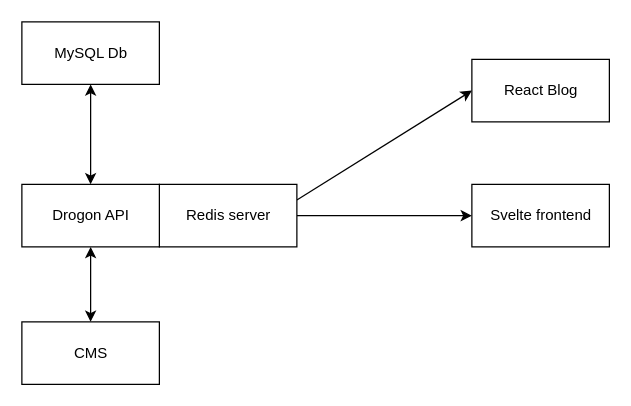
This is architecture.drawio from verstraetetycho/portfolio, a draw.io file, before an edit. Source tidied: cells renumbered, new cells numbered last; positions are measured from the earlier drawing's top-left corner, leaving out a move shared by most shapes. Both pictures are drawn from the tidied source at 125%, with x=0, y=0 at pixel (21, 21).
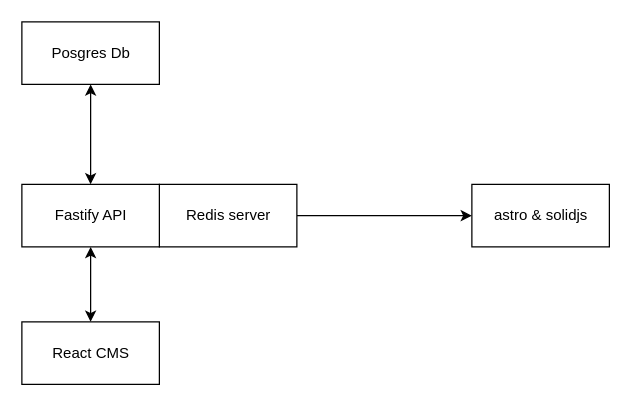
The same diagram, later.

What changed in the source:
```diff
@@
 <mxGraphModel>
   <root>
     <mxCell id="0" />
     <mxCell id="1" parent="0" />
-    <mxCell id="2" value="Svelte frontend" style="html=1;" parent="1" vertex="1">
+    <mxCell id="2" value="astro &amp;amp; solidjs" style="html=1;" parent="1" vertex="1">
       <mxGeometry x="360" y="130" width="110" height="50" as="geometry" />
     </mxCell>
-    <mxCell id="3" style="edgeStyle=none;html=1;exitX=1;exitY=0.25;exitDx=0;exitDy=0;entryX=0;entryY=0.5;entryDx=0;entryDy=0;" parent="1" edge="1" source="5" target="8">
-      <mxGeometry relative="1" as="geometry" />
-    </mxCell>
     <mxCell id="4" style="edgeStyle=none;html=1;" parent="1" edge="1" source="5" target="2">
       <mxGeometry relative="1" as="geometry" />
     </mxCell>
     <mxCell id="5" value="Redis server" style="html=1;" parent="1" vertex="1">
       <mxGeometry x="110" y="130" width="110" height="50" as="geometry" />
     </mxCell>
     <mxCell id="6" style="edgeStyle=none;html=1;exitX=0.5;exitY=0;exitDx=0;exitDy=0;entryX=0.5;entryY=1;entryDx=0;entryDy=0;startArrow=classic;startFill=1;" parent="1" edge="1" source="7" target="11">
       <mxGeometry relative="1" as="geometry" />
     </mxCell>
-    <mxCell id="7" value="Drogon API" style="html=1;" parent="1" vertex="1">
+    <mxCell id="7" value="Fastify API" style="html=1;" parent="1" vertex="1">
       <mxGeometry y="130" width="110" height="50" as="geometry" />
     </mxCell>
-    <mxCell id="8" value="React Blog" style="html=1;" parent="1" vertex="1">
-      <mxGeometry x="360" y="30" width="110" height="50" as="geometry" />
-    </mxCell>
     <mxCell id="9" style="edgeStyle=none;html=1;startArrow=classic;startFill=1;" parent="1" edge="1" source="10" target="7">
       <mxGeometry relative="1" as="geometry" />
     </mxCell>
-    <mxCell id="10" value="CMS" style="html=1;" parent="1" vertex="1">
+    <mxCell id="10" value="React CMS" style="html=1;" parent="1" vertex="1">
       <mxGeometry y="240" width="110" height="50" as="geometry" />
     </mxCell>
-    <mxCell id="11" value="MySQL Db" style="html=1;" parent="1" vertex="1">
+    <mxCell id="11" value="Posgres Db" style="html=1;" parent="1" vertex="1">
       <mxGeometry width="110" height="50" as="geometry" />
     </mxCell>
   </root>
 </mxGraphModel>
```
